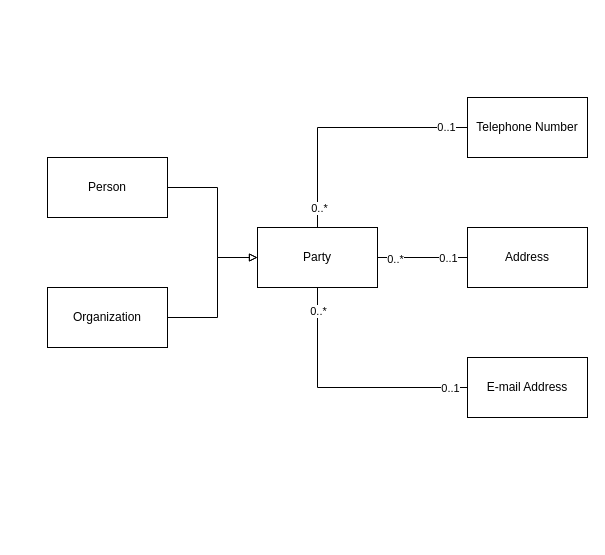
wubin28/analysis-patterns-diagrams-in-uml keeps this draw.io diagram as analysis-patterns-2-2-Figure-2.1-generalized-using-party.drawio. Above is the earlier version. Source tidied: cells renumbered, new cells numbered last; positions are measured from the earlier drawing's top-left corner, leaving out a move shared by most shapes. Both pictures are drawn from the tidied source at 100%, with x=0, y=0 at pixel (47, 97).
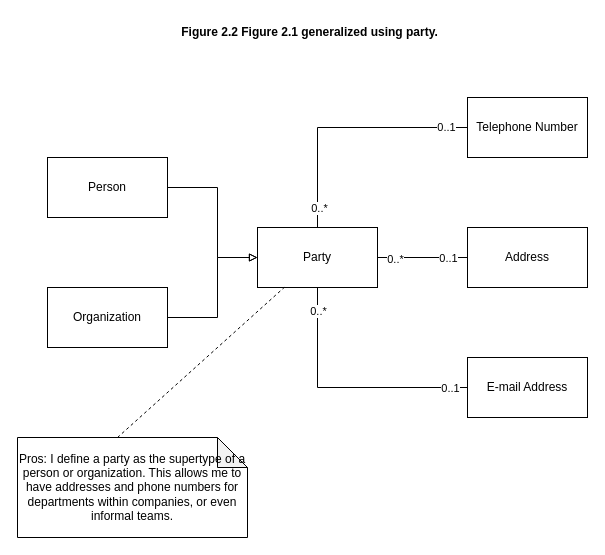
After the change.

Commit message:
refactor: add pros in figure 2.2

The change refers to these unchanged cells:
```xml
<mxCell id="11" value="Party" style="rounded=0;whiteSpace=wrap;html=1;" parent="1" vertex="1">
  <mxGeometry x="210" y="130" width="120" height="60" as="geometry" />
</mxCell>
```

What changed in the source:
```diff
@@
+    <mxCell id="19" value="Pros:&amp;nbsp;I define a party as the supertype of a person or organization. This allows me to have addresses and phone numbers for departments within companies, or even informal teams." style="shape=note;whiteSpace=wrap;html=1;backgroundOutline=1;darkOpacity=0.05;" parent="1" vertex="1">
+      <mxGeometry x="-30" y="340" width="230" height="100" as="geometry" />
+    </mxCell>
+    <mxCell id="20" style="endArrow=none;dashed=1;html=1;rounded=0;exitX=0;exitY=0;exitDx=100;exitDy=0;exitPerimeter=0;" parent="1" edge="1" source="19" target="11">
+      <mxGeometry relative="1" as="geometry" />
+    </mxCell>
+    <mxCell id="21" value="Figure 2.2 Figure 2.1 generalized using party." style="text;html=1;strokeColor=none;fillColor=none;align=center;verticalAlign=middle;whiteSpace=wrap;rounded=0;fontStyle=1;" parent="1" vertex="1">
+      <mxGeometry x="120" y="-80" width="285" height="30" as="geometry" />
+    </mxCell>
```
